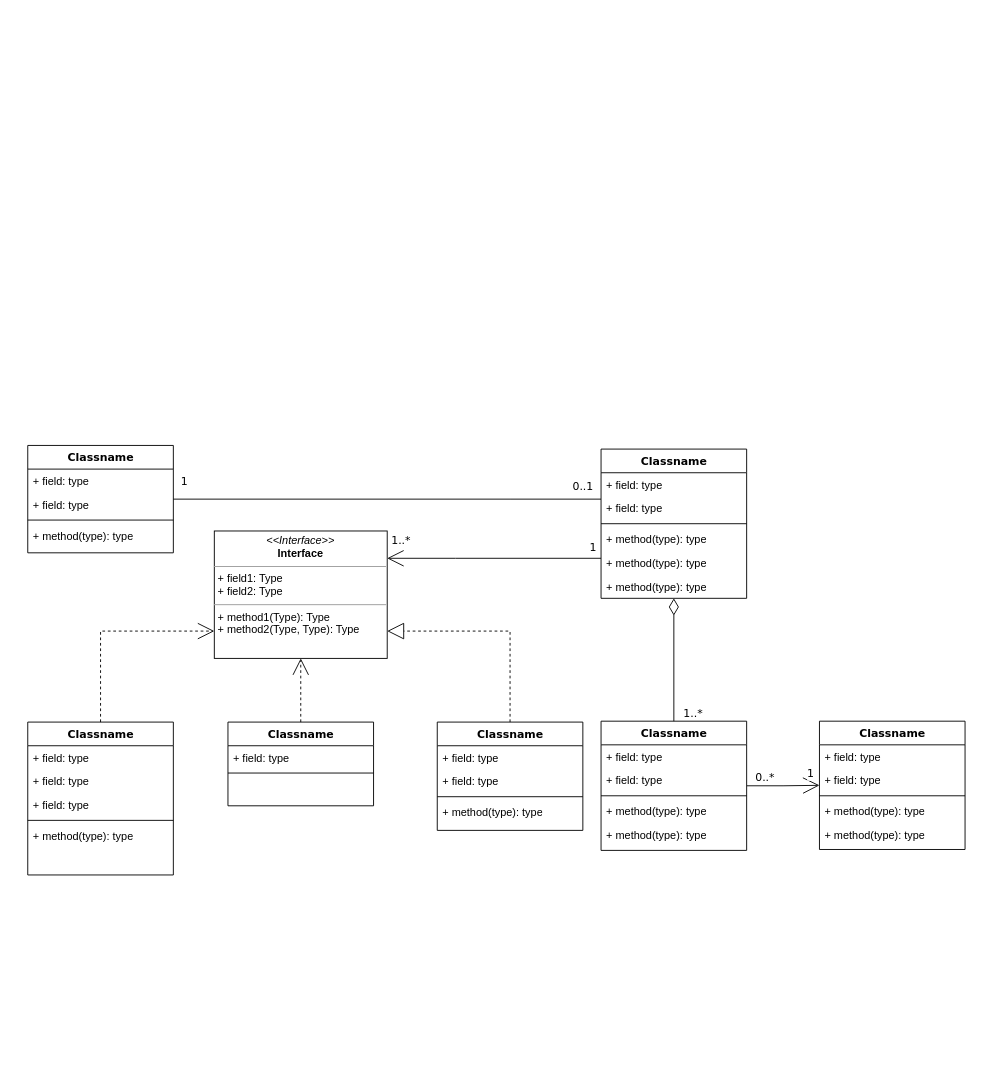
Earlier version of the draw.io diagram Untitled Diagram.drawio (QuynhTran182003/hello-world). Source tidied: cells renumbered, new cells numbered last; positions are measured from the earlier drawing's top-left corner, leaving out a move shared by most shapes. Both pictures are drawn from the tidied source at 91%, with x=0, y=0 at pixel (27, 445).
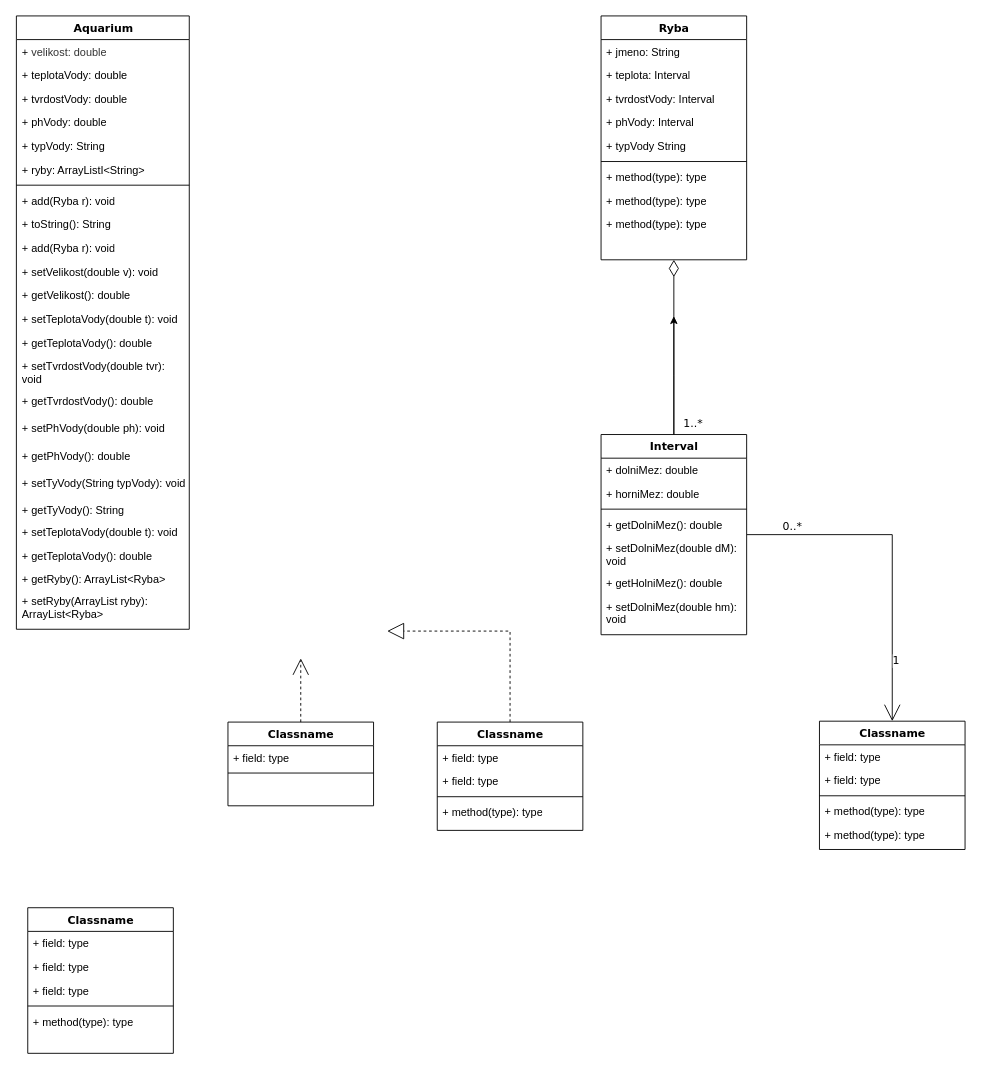
After the change.

The change refers to these unchanged cells:
```xml
<mxCell id="28" value="Classname" style="swimlane;html=1;fontStyle=1;align=center;verticalAlign=top;horizontal=1;startSize=26;swimlaneFillColor=#ffffff;rounded=0;shadow=0;comic=0;labelBackgroundColor=none;strokeWidth=1;fillColor=none;fontFamily=Verdana;fontSize=12;" parent="1" vertex="1">
  <mxGeometry x="220" y="304" width="160" height="92" as="geometry" />
</mxCell>
<mxCell id="49" value="Classname" style="swimlane;html=1;fontStyle=1;align=center;verticalAlign=top;horizontal=1;startSize=26;swimlaneFillColor=#ffffff;rounded=0;shadow=0;comic=0;labelBackgroundColor=none;strokeWidth=1;fillColor=none;fontFamily=Verdana;fontSize=12;" parent="1" vertex="1">
  <mxGeometry x="450" y="304" width="160" height="119" as="geometry" />
</mxCell>
```

The edit, as a diff of the source:
```diff
@@
-    <mxCell id="2" style="edgeStyle=orthogonalEdgeStyle;rounded=0;html=1;dashed=1;labelBackgroundColor=none;startArrow=none;startFill=0;startSize=8;endArrow=open;endFill=0;endSize=16;fontFamily=Verdana;fontSize=12;" parent="1" edge="1" source="3" target="54">
-      <mxGeometry relative="1" as="geometry">
-        <Array as="points">
-          <mxPoint x="80" y="204" />
-        </Array>
-      </mxGeometry>
-    </mxCell>
     <mxCell id="3" value="Classname" style="swimlane;html=1;fontStyle=1;align=center;verticalAlign=top;horizontal=1;startSize=26;swimlaneFillColor=#ffffff;rounded=0;shadow=0;comic=0;labelBackgroundColor=none;strokeWidth=1;fillColor=none;fontFamily=Verdana;fontSize=12;" parent="1" vertex="1">
-      <mxGeometry y="304" width="160" height="168" as="geometry" />
+      <mxGeometry y="508" width="160" height="160" as="geometry" />
     </mxCell>
@@
-    <mxCell id="9" value="Classname" style="swimlane;html=1;fontStyle=1;align=center;verticalAlign=top;horizontal=1;startSize=26;swimlaneFillColor=#ffffff;rounded=0;shadow=0;comic=0;labelBackgroundColor=none;strokeWidth=1;fillColor=none;fontFamily=Verdana;fontSize=12;" parent="1" vertex="1">
-      <mxGeometry width="160" height="118" as="geometry" />
+    <mxCell id="9" value="Aquarium" style="swimlane;html=1;fontStyle=1;align=center;verticalAlign=top;horizontal=1;startSize=26;swimlaneFillColor=#ffffff;rounded=0;shadow=0;comic=0;labelBackgroundColor=none;strokeWidth=1;fillColor=none;fontFamily=Verdana;fontSize=12;" parent="1" vertex="1">
+      <mxGeometry x="-12.5" y="-472" width="190" height="674" as="geometry" />
     </mxCell>
-    <mxCell id="10" value="+ field: type" style="text;html=1;strokeColor=none;fillColor=none;align=left;verticalAlign=top;spacingLeft=4;spacingRight=4;whiteSpace=wrap;overflow=hidden;" parent="9" vertex="1">
-      <mxGeometry y="26" width="160" height="26" as="geometry" />
+    <mxCell id="10" value="&lt;font style=&quot;font-size: 12px&quot;&gt;+ &lt;span style=&quot;color: rgb(51 , 51 , 51) ; background-color: rgb(255 , 255 , 255)&quot;&gt;velikost: double&lt;/span&gt;&lt;/font&gt;" style="text;html=1;strokeColor=none;fillColor=none;align=left;verticalAlign=top;spacingLeft=4;spacingRight=4;whiteSpace=wrap;overflow=hidden;" parent="9" vertex="1">
+      <mxGeometry y="26" width="190" height="26" as="geometry" />
     </mxCell>
-    <mxCell id="11" value="+ field: type" style="text;html=1;strokeColor=none;fillColor=none;align=left;verticalAlign=top;spacingLeft=4;spacingRight=4;whiteSpace=wrap;overflow=hidden;" parent="9" vertex="1">
-      <mxGeometry y="52" width="160" height="26" as="geometry" />
+    <mxCell id="11" value="+ teplotaVody: double" style="text;html=1;strokeColor=none;fillColor=none;align=left;verticalAlign=top;spacingLeft=4;spacingRight=4;whiteSpace=wrap;overflow=hidden;" parent="9" vertex="1">
+      <mxGeometry y="52" width="190" height="26" as="geometry" />
     </mxCell>
+    <mxCell id="55" value="+ tvrdostVody: double&lt;br&gt;" style="text;html=1;strokeColor=none;fillColor=none;align=left;verticalAlign=top;spacingLeft=4;spacingRight=4;whiteSpace=wrap;overflow=hidden;" parent="9" vertex="1">
+      <mxGeometry y="78" width="190" height="26" as="geometry" />
+    </mxCell>
+    <mxCell id="56" value="+ phVody: double" style="text;html=1;strokeColor=none;fillColor=none;align=left;verticalAlign=top;spacingLeft=4;spacingRight=4;whiteSpace=wrap;overflow=hidden;" parent="9" vertex="1">
+      <mxGeometry y="104" width="190" height="26" as="geometry" />
+    </mxCell>
+    <mxCell id="57" value="+ typVody: String&lt;br&gt;" style="text;html=1;strokeColor=none;fillColor=none;align=left;verticalAlign=top;spacingLeft=4;spacingRight=4;whiteSpace=wrap;overflow=hidden;" parent="9" vertex="1">
+      <mxGeometry y="130" width="190" height="26" as="geometry" />
+    </mxCell>
+    <mxCell id="58" value="+ ryby: ArrayListI&amp;lt;String&amp;gt;" style="text;html=1;strokeColor=none;fillColor=none;align=left;verticalAlign=top;spacingLeft=4;spacingRight=4;whiteSpace=wrap;overflow=hidden;" parent="9" vertex="1">
+      <mxGeometry y="156" width="190" height="26" as="geometry" />
+    </mxCell>
     <mxCell id="12" style="line;html=1;strokeWidth=1;fillColor=none;align=left;verticalAlign=middle;spacingTop=-1;spacingLeft=3;spacingRight=3;labelPosition=right;" parent="9" vertex="1">
-      <mxGeometry y="78" width="160" height="8" as="geometry" />
+      <mxGeometry y="182" width="190" height="8" as="geometry" />
     </mxCell>
-    <mxCell id="13" value="+ method(type): type" style="text;html=1;strokeColor=none;fillColor=none;align=left;verticalAlign=top;spacingLeft=4;spacingRight=4;whiteSpace=wrap;overflow=hidden;" parent="9" vertex="1">
-      <mxGeometry y="86" width="160" height="26" as="geometry" />
+    <mxCell id="13" value="+ add(Ryba r): void" style="text;html=1;strokeColor=none;fillColor=none;align=left;verticalAlign=top;spacingLeft=4;spacingRight=4;whiteSpace=wrap;overflow=hidden;" parent="9" vertex="1">
+      <mxGeometry y="190" width="190" height="26" as="geometry" />
     </mxCell>
-    <mxCell id="14" style="edgeStyle=orthogonalEdgeStyle;rounded=0;html=1;labelBackgroundColor=none;startArrow=none;startFill=0;startSize=8;endArrow=open;endFill=0;endSize=16;fontFamily=Verdana;fontSize=12;" parent="1" edge="1" source="20" target="54">
-      <mxGeometry relative="1" as="geometry">
-        <Array as="points">
-          <mxPoint x="470" y="124" />
-          <mxPoint x="470" y="124" />
-        </Array>
-      </mxGeometry>
-    </mxCell>
-    <mxCell id="15" value="1..*" style="text;html=1;align=center;verticalAlign=middle;labelBackgroundColor=#ffffff;fontSize=12;fontFamily=Verdana;" parent="14" vertex="1">
-      <mxGeometry x="0.86" y="2" relative="1" as="geometry">
-        <mxPoint x="-2" y="-22" as="offset" />
-      </mxGeometry>
-    </mxCell>
-    <mxCell id="16" value="1" style="text;html=1;align=center;verticalAlign=middle;labelBackgroundColor=#ffffff;fontSize=12;fontFamily=Verdana;" parent="14" vertex="1">
-      <mxGeometry x="0.36" y="152" relative="1" as="geometry">
-        <mxPoint x="150" y="-164" as="offset" />
-      </mxGeometry>
-    </mxCell>
-    <mxCell id="17" style="edgeStyle=orthogonalEdgeStyle;rounded=0;html=1;labelBackgroundColor=none;startArrow=none;startFill=0;startSize=8;endArrow=none;endFill=0;endSize=16;fontFamily=Verdana;fontSize=12;" parent="1" edge="1" source="20" target="9">
-      <mxGeometry relative="1" as="geometry">
-        <Array as="points">
-          <mxPoint x="530" y="59" />
-          <mxPoint x="530" y="59" />
-        </Array>
-      </mxGeometry>
-    </mxCell>
-    <mxCell id="18" value="0..1" style="text;html=1;align=center;verticalAlign=middle;labelBackgroundColor=#ffffff;fontSize=12;fontFamily=Verdana;" parent="17" vertex="1">
-      <mxGeometry x="-0.57" y="-86" relative="1" as="geometry">
-        <mxPoint x="80" y="71" as="offset" />
-      </mxGeometry>
-    </mxCell>
-    <mxCell id="19" value="1" style="text;html=1;align=center;verticalAlign=middle;labelBackgroundColor=#ffffff;fontSize=12;fontFamily=Verdana;" parent="17" vertex="1">
-      <mxGeometry x="0.89" y="-1" relative="1" as="geometry">
-        <mxPoint x="-15" y="-19" as="offset" />
-      </mxGeometry>
-    </mxCell>
+    <mxCell id="59" value="+ toString(): String" style="text;html=1;strokeColor=none;fillColor=none;align=left;verticalAlign=top;spacingLeft=4;spacingRight=4;whiteSpace=wrap;overflow=hidden;" parent="9" vertex="1">
+      <mxGeometry y="216" width="190" height="26" as="geometry" />
+    </mxCell>
+    <mxCell id="60" value="+ add(Ryba r): void" style="text;html=1;strokeColor=none;fillColor=none;align=left;verticalAlign=top;spacingLeft=4;spacingRight=4;whiteSpace=wrap;overflow=hidden;" parent="9" vertex="1">
+      <mxGeometry y="242" width="190" height="26" as="geometry" />
+    </mxCell>
+    <mxCell id="61" value="+ setVelikost(double v): void" style="text;html=1;strokeColor=none;fillColor=none;align=left;verticalAlign=top;spacingLeft=4;spacingRight=4;whiteSpace=wrap;overflow=hidden;" parent="9" vertex="1">
+      <mxGeometry y="268" width="190" height="26" as="geometry" />
+    </mxCell>
+    <mxCell id="62" value="+ getVelikost(): double&amp;nbsp;" style="text;html=1;strokeColor=none;fillColor=none;align=left;verticalAlign=top;spacingLeft=4;spacingRight=4;whiteSpace=wrap;overflow=hidden;" parent="9" vertex="1">
+      <mxGeometry y="294" width="190" height="26" as="geometry" />
+    </mxCell>
+    <mxCell id="63" value="+ setTeplotaVody(double t): void" style="text;html=1;strokeColor=none;fillColor=none;align=left;verticalAlign=top;spacingLeft=4;spacingRight=4;whiteSpace=wrap;overflow=hidden;" parent="9" vertex="1">
+      <mxGeometry y="320" width="190" height="26" as="geometry" />
+    </mxCell>
+    <mxCell id="64" value="+ getTeplotaVody(): double" style="text;html=1;strokeColor=none;fillColor=none;align=left;verticalAlign=top;spacingLeft=4;spacingRight=4;whiteSpace=wrap;overflow=hidden;" parent="9" vertex="1">
+      <mxGeometry y="346" width="190" height="26" as="geometry" />
+    </mxCell>
+    <mxCell id="65" value="+ setTvrdostVody(double tvr): void" style="text;html=1;strokeColor=none;fillColor=none;align=left;verticalAlign=top;spacingLeft=4;spacingRight=4;whiteSpace=wrap;overflow=hidden;" parent="9" vertex="1">
+      <mxGeometry y="372" width="190" height="38" as="geometry" />
+    </mxCell>
+    <mxCell id="66" value="+ getTvrdostVody(): double" style="text;html=1;strokeColor=none;fillColor=none;align=left;verticalAlign=top;spacingLeft=4;spacingRight=4;whiteSpace=wrap;overflow=hidden;" parent="9" vertex="1">
+      <mxGeometry y="410" width="190" height="30" as="geometry" />
+    </mxCell>
+    <mxCell id="67" value="+ setPhVody(double ph): void" style="text;html=1;strokeColor=none;fillColor=none;align=left;verticalAlign=top;spacingLeft=4;spacingRight=4;whiteSpace=wrap;overflow=hidden;" parent="9" vertex="1">
+      <mxGeometry y="440" width="190" height="30" as="geometry" />
+    </mxCell>
+    <mxCell id="68" value="+ getPhVody(): double" style="text;html=1;strokeColor=none;fillColor=none;align=left;verticalAlign=top;spacingLeft=4;spacingRight=4;whiteSpace=wrap;overflow=hidden;" parent="9" vertex="1">
+      <mxGeometry y="470" width="190" height="30" as="geometry" />
+    </mxCell>
+    <mxCell id="69" value="+ setTyVody(String typVody): void" style="text;html=1;strokeColor=none;fillColor=none;align=left;verticalAlign=top;spacingLeft=4;spacingRight=4;whiteSpace=wrap;overflow=hidden;" parent="9" vertex="1">
+      <mxGeometry y="500" width="190" height="30" as="geometry" />
+    </mxCell>
+    <mxCell id="70" value="+ getTyVody(): String" style="text;html=1;strokeColor=none;fillColor=none;align=left;verticalAlign=top;spacingLeft=4;spacingRight=4;whiteSpace=wrap;overflow=hidden;" parent="9" vertex="1">
+      <mxGeometry y="530" width="190" height="24" as="geometry" />
+    </mxCell>
+    <mxCell id="71" value="+ setTeplotaVody(double t): void" style="text;html=1;strokeColor=none;fillColor=none;align=left;verticalAlign=top;spacingLeft=4;spacingRight=4;whiteSpace=wrap;overflow=hidden;" parent="9" vertex="1">
+      <mxGeometry y="554" width="190" height="26" as="geometry" />
+    </mxCell>
+    <mxCell id="72" value="+ getTeplotaVody(): double" style="text;html=1;strokeColor=none;fillColor=none;align=left;verticalAlign=top;spacingLeft=4;spacingRight=4;whiteSpace=wrap;overflow=hidden;" parent="9" vertex="1">
+      <mxGeometry y="580" width="190" height="26" as="geometry" />
+    </mxCell>
+    <mxCell id="73" value="+ getRyby(): ArrayList&amp;lt;Ryba&amp;gt;" style="text;html=1;strokeColor=none;fillColor=none;align=left;verticalAlign=top;spacingLeft=4;spacingRight=4;whiteSpace=wrap;overflow=hidden;" parent="9" vertex="1">
+      <mxGeometry y="606" width="190" height="24" as="geometry" />
+    </mxCell>
+    <mxCell id="74" value="+ setRyby(ArrayList ryby): ArrayList&amp;lt;Ryba&amp;gt;" style="text;html=1;strokeColor=none;fillColor=none;align=left;verticalAlign=top;spacingLeft=4;spacingRight=4;whiteSpace=wrap;overflow=hidden;" parent="9" vertex="1">
+      <mxGeometry y="630" width="190" height="44" as="geometry" />
+    </mxCell>
-    <mxCell id="20" value="Classname" style="swimlane;html=1;fontStyle=1;align=center;verticalAlign=top;horizontal=1;startSize=26;swimlaneFillColor=#ffffff;rounded=0;shadow=0;comic=0;labelBackgroundColor=none;strokeWidth=1;fillColor=none;fontFamily=Verdana;fontSize=12;" parent="1" vertex="1">
-      <mxGeometry x="630" y="4" width="160" height="164" as="geometry" />
+    <mxCell id="20" value="Ryba" style="swimlane;html=1;fontStyle=1;align=center;verticalAlign=top;horizontal=1;startSize=26;swimlaneFillColor=#ffffff;rounded=0;shadow=0;comic=0;labelBackgroundColor=none;strokeWidth=1;fillColor=none;fontFamily=Verdana;fontSize=12;" parent="1" vertex="1">
+      <mxGeometry x="630" y="-472" width="160" height="268" as="geometry" />
     </mxCell>
-    <mxCell id="21" value="+ field: type" style="text;html=1;strokeColor=none;fillColor=none;align=left;verticalAlign=top;spacingLeft=4;spacingRight=4;whiteSpace=wrap;overflow=hidden;" parent="20" vertex="1">
+    <mxCell id="21" value="+ jmeno: String" style="text;html=1;strokeColor=none;fillColor=none;align=left;verticalAlign=top;spacingLeft=4;spacingRight=4;whiteSpace=wrap;overflow=hidden;" parent="20" vertex="1">
       <mxGeometry y="26" width="160" height="26" as="geometry" />
     </mxCell>
-    <mxCell id="22" value="+ field: type" style="text;html=1;strokeColor=none;fillColor=none;align=left;verticalAlign=top;spacingLeft=4;spacingRight=4;whiteSpace=wrap;overflow=hidden;" parent="20" vertex="1">
-      <mxGeometry y="52" width="160" height="26" as="geometry" />
-    </mxCell>
+    <mxCell id="75" value="+ teplota: Interval" style="text;html=1;strokeColor=none;fillColor=none;align=left;verticalAlign=top;spacingLeft=4;spacingRight=4;whiteSpace=wrap;overflow=hidden;" parent="20" vertex="1">
+      <mxGeometry y="52" width="160" height="26" as="geometry" />
+    </mxCell>
+    <mxCell id="76" value="+ tvrdostVody: Interval" style="text;html=1;strokeColor=none;fillColor=none;align=left;verticalAlign=top;spacingLeft=4;spacingRight=4;whiteSpace=wrap;overflow=hidden;" parent="20" vertex="1">
+      <mxGeometry y="78" width="160" height="26" as="geometry" />
+    </mxCell>
+    <mxCell id="77" value="+ phVody: Interval" style="text;html=1;strokeColor=none;fillColor=none;align=left;verticalAlign=top;spacingLeft=4;spacingRight=4;whiteSpace=wrap;overflow=hidden;" parent="20" vertex="1">
+      <mxGeometry y="104" width="160" height="26" as="geometry" />
+    </mxCell>
+    <mxCell id="78" value="+ typVody String" style="text;html=1;strokeColor=none;fillColor=none;align=left;verticalAlign=top;spacingLeft=4;spacingRight=4;whiteSpace=wrap;overflow=hidden;" parent="20" vertex="1">
+      <mxGeometry y="130" width="160" height="26" as="geometry" />
+    </mxCell>
     <mxCell id="23" style="line;html=1;strokeWidth=1;fillColor=none;align=left;verticalAlign=middle;spacingTop=-1;spacingLeft=3;spacingRight=3;labelPosition=right;" parent="20" vertex="1">
-      <mxGeometry y="78" width="160" height="8" as="geometry" />
+      <mxGeometry y="156" width="160" height="8" as="geometry" />
     </mxCell>
     <mxCell id="24" value="+ method(type): type" style="text;html=1;strokeColor=none;fillColor=none;align=left;verticalAlign=top;spacingLeft=4;spacingRight=4;whiteSpace=wrap;overflow=hidden;" parent="20" vertex="1">
-      <mxGeometry y="86" width="160" height="26" as="geometry" />
+      <mxGeometry y="164" width="160" height="26" as="geometry" />
     </mxCell>
     <mxCell id="25" value="+ method(type): type" style="text;html=1;strokeColor=none;fillColor=none;align=left;verticalAlign=top;spacingLeft=4;spacingRight=4;whiteSpace=wrap;overflow=hidden;" parent="20" vertex="1">
-      <mxGeometry y="112" width="160" height="26" as="geometry" />
+      <mxGeometry y="190" width="160" height="26" as="geometry" />
     </mxCell>
     <mxCell id="26" value="+ method(type): type" style="text;html=1;strokeColor=none;fillColor=none;align=left;verticalAlign=top;spacingLeft=4;spacingRight=4;whiteSpace=wrap;overflow=hidden;" parent="20" vertex="1">
-      <mxGeometry y="138" width="160" height="26" as="geometry" />
+      <mxGeometry y="216" width="160" height="26" as="geometry" />
     </mxCell>
-    <mxCell id="27" style="edgeStyle=orthogonalEdgeStyle;rounded=0;html=1;dashed=1;labelBackgroundColor=none;startArrow=none;startFill=0;startSize=8;endArrow=open;endFill=0;endSize=16;fontFamily=Verdana;fontSize=12;" parent="1" edge="1" source="28" target="54">
-      <mxGeometry relative="1" as="geometry" />
+    <mxCell id="27" style="edgeStyle=orthogonalEdgeStyle;rounded=0;html=1;dashed=1;labelBackgroundColor=none;startArrow=none;startFill=0;startSize=8;endArrow=open;endFill=0;endSize=16;fontFamily=Verdana;fontSize=12;" parent="1" edge="1" source="28">
+      <mxGeometry relative="1" as="geometry">
+        <mxPoint x="300" y="234" as="targetPoint" />
+      </mxGeometry>
     </mxCell>
@@
+    <mxCell id="79" style="edgeStyle=orthogonalEdgeStyle;rounded=0;jettySize=auto;html=1;fontFamily=Helvetica;fontSize=12;" parent="1" edge="1" source="36">
+      <mxGeometry relative="1" as="geometry">
+        <mxPoint x="710" y="-142" as="targetPoint" />
+      </mxGeometry>
+    </mxCell>
-    <mxCell id="36" value="Classname" style="swimlane;html=1;fontStyle=1;align=center;verticalAlign=top;horizontal=1;startSize=26;swimlaneFillColor=#ffffff;rounded=0;shadow=0;comic=0;labelBackgroundColor=none;strokeWidth=1;fillColor=none;fontFamily=Verdana;fontSize=12;" parent="1" vertex="1">
-      <mxGeometry x="630" y="303" width="160" height="142" as="geometry" />
+    <mxCell id="36" value="Interval" style="swimlane;html=1;fontStyle=1;align=center;verticalAlign=top;horizontal=1;startSize=26;swimlaneFillColor=#ffffff;rounded=0;shadow=0;comic=0;labelBackgroundColor=none;strokeWidth=1;fillColor=none;fontFamily=Verdana;fontSize=12;" parent="1" vertex="1">
+      <mxGeometry x="630" y="-12" width="160" height="220" as="geometry" />
     </mxCell>
-    <mxCell id="37" value="+ field: type" style="text;html=1;strokeColor=none;fillColor=none;align=left;verticalAlign=top;spacingLeft=4;spacingRight=4;whiteSpace=wrap;overflow=hidden;" parent="36" vertex="1">
+    <mxCell id="37" value="+ dolniMez: double" style="text;html=1;strokeColor=none;fillColor=none;align=left;verticalAlign=top;spacingLeft=4;spacingRight=4;whiteSpace=wrap;overflow=hidden;" parent="36" vertex="1">
       <mxGeometry y="26" width="160" height="26" as="geometry" />
     </mxCell>
-    <mxCell id="38" value="+ field: type" style="text;html=1;strokeColor=none;fillColor=none;align=left;verticalAlign=top;spacingLeft=4;spacingRight=4;whiteSpace=wrap;overflow=hidden;" parent="36" vertex="1">
+    <mxCell id="38" value="+ horniMez: double" style="text;html=1;strokeColor=none;fillColor=none;align=left;verticalAlign=top;spacingLeft=4;spacingRight=4;whiteSpace=wrap;overflow=hidden;" parent="36" vertex="1">
       <mxGeometry y="52" width="160" height="26" as="geometry" />
     </mxCell>
@@
-    <mxCell id="40" value="+ method(type): type" style="text;html=1;strokeColor=none;fillColor=none;align=left;verticalAlign=top;spacingLeft=4;spacingRight=4;whiteSpace=wrap;overflow=hidden;" parent="36" vertex="1">
+    <mxCell id="40" value="+ getDolniMez(): double" style="text;html=1;strokeColor=none;fillColor=none;align=left;verticalAlign=top;spacingLeft=4;spacingRight=4;whiteSpace=wrap;overflow=hidden;" parent="36" vertex="1">
       <mxGeometry y="86" width="160" height="26" as="geometry" />
     </mxCell>
-    <mxCell id="41" value="+ method(type): type" style="text;html=1;strokeColor=none;fillColor=none;align=left;verticalAlign=top;spacingLeft=4;spacingRight=4;whiteSpace=wrap;overflow=hidden;" parent="36" vertex="1">
-      <mxGeometry y="112" width="160" height="26" as="geometry" />
+    <mxCell id="41" value="+ setDolniMez(double dM): void" style="text;html=1;strokeColor=none;fillColor=none;align=left;verticalAlign=top;spacingLeft=4;spacingRight=4;whiteSpace=wrap;overflow=hidden;" parent="36" vertex="1">
+      <mxGeometry y="112" width="160" height="38" as="geometry" />
     </mxCell>
+    <mxCell id="80" value="+ getHolniMez(): double" style="text;html=1;strokeColor=none;fillColor=none;align=left;verticalAlign=top;spacingLeft=4;spacingRight=4;whiteSpace=wrap;overflow=hidden;" parent="36" vertex="1">
+      <mxGeometry y="150" width="160" height="26" as="geometry" />
+    </mxCell>
+    <mxCell id="81" value="+ setDolniMez(double hm): void" style="text;html=1;strokeColor=none;fillColor=none;align=left;verticalAlign=top;spacingLeft=4;spacingRight=4;whiteSpace=wrap;overflow=hidden;" parent="36" vertex="1">
+      <mxGeometry y="176" width="160" height="34" as="geometry" />
+    </mxCell>
@@
-    <mxCell id="48" style="edgeStyle=orthogonalEdgeStyle;rounded=0;html=1;dashed=1;labelBackgroundColor=none;startArrow=none;startFill=0;startSize=8;endArrow=block;endFill=0;endSize=16;fontFamily=Verdana;fontSize=12;" parent="1" edge="1" source="49" target="54">
+    <mxCell id="48" style="edgeStyle=orthogonalEdgeStyle;rounded=0;html=1;dashed=1;labelBackgroundColor=none;startArrow=none;startFill=0;startSize=8;endArrow=block;endFill=0;endSize=16;fontFamily=Verdana;fontSize=12;" parent="1" edge="1" source="49">
       <mxGeometry relative="1" as="geometry">
+        <mxPoint x="395" y="204" as="targetPoint" />
         <Array as="points">
           <mxPoint x="530" y="204" />
         </Array>
       </mxGeometry>
     </mxCell>
@@
-    <mxCell id="54" value="&lt;p style=&quot;margin:0px;margin-top:4px;text-align:center;&quot;&gt;&lt;i&gt;&amp;lt;&amp;lt;Interface&amp;gt;&amp;gt;&lt;/i&gt;&lt;br/&gt;&lt;b&gt;Interface&lt;/b&gt;&lt;/p&gt;&lt;hr size=&quot;1&quot;/&gt;&lt;p style=&quot;margin:0px;margin-left:4px;&quot;&gt;+ field1: Type&lt;br/&gt;+ field2: Type&lt;/p&gt;&lt;hr size=&quot;1&quot;/&gt;&lt;p style=&quot;margin:0px;margin-left:4px;&quot;&gt;+ method1(Type): Type&lt;br/&gt;+ method2(Type, Type): Type&lt;/p&gt;" style="verticalAlign=top;align=left;overflow=fill;fontSize=12;fontFamily=Helvetica;html=1;rounded=0;shadow=0;comic=0;labelBackgroundColor=none;strokeWidth=1;" parent="1" vertex="1">
-      <mxGeometry x="205" y="94" width="190" height="140" as="geometry" />
-    </mxCell>
```
